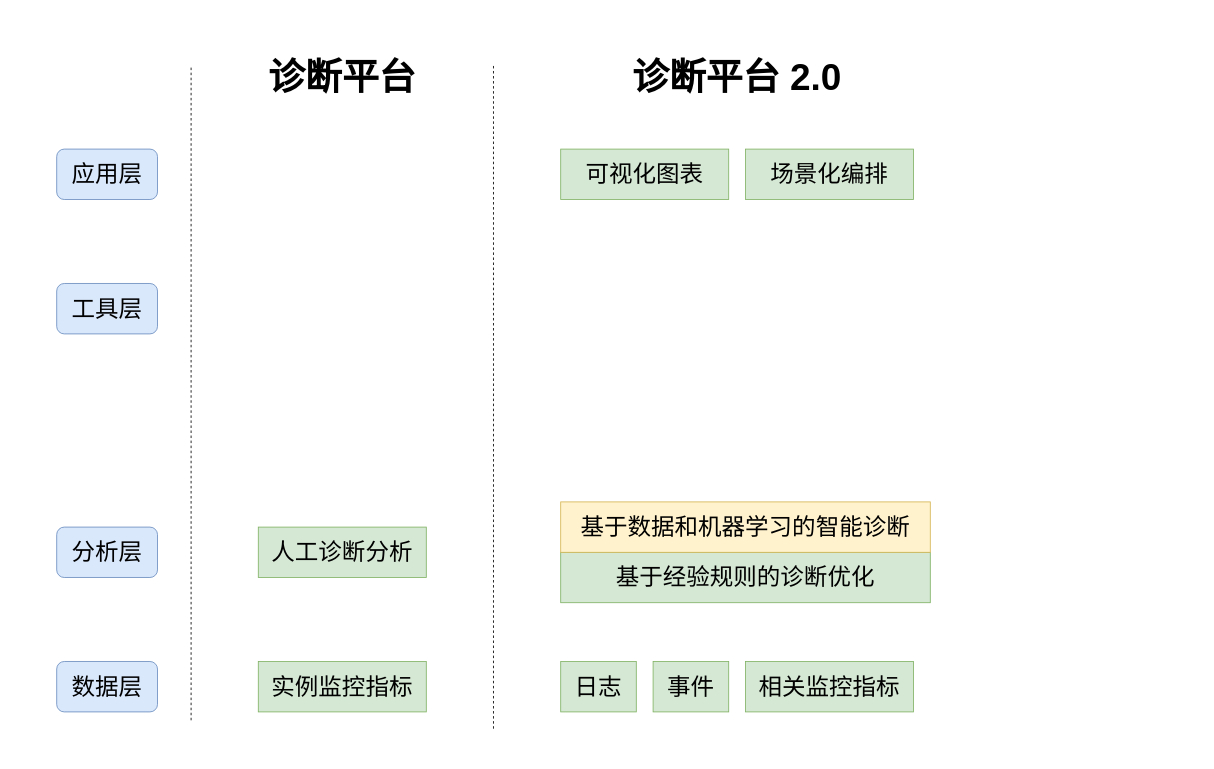
Earlier version of the draw.io diagram telescope演进路线.drawio (TheAriaYang/LynnnnnnnYang.github.io). Source tidied: cells renumbered, new cells numbered last; positions are measured from the earlier drawing's top-left corner, leaving out a move shared by most shapes. Both pictures are drawn from the tidied source at 84%, with x=0, y=0 at pixel (56, 65).
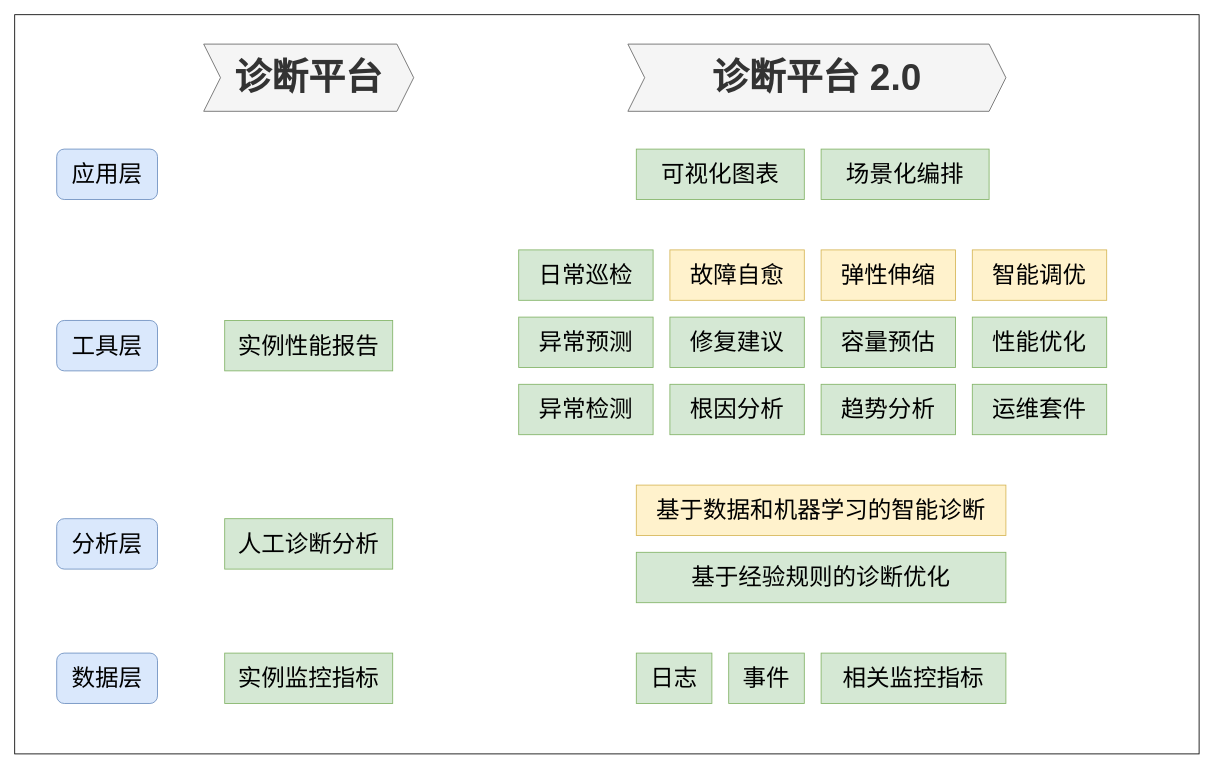
Above is the later version.

Commit message (it also covers changes not shown here):
更新telescope演进路线.drawio

Change to the diagram source:
```diff
@@
+    <mxCell id="19" style="rounded=0;whiteSpace=wrap;html=1;" parent="1" vertex="1">
+      <mxGeometry x="-50" y="-60" width="1410" height="880" as="geometry" />
+    </mxCell>
@@
     <mxCell id="3" value="&lt;font style=&quot;font-size: 28px;&quot;&gt;工具层&lt;/font&gt;" style="rounded=1;whiteSpace=wrap;html=1;fillColor=#dae8fc;strokeColor=#6c8ebf;" parent="1" vertex="1">
-      <mxGeometry y="260" width="120" height="60" as="geometry" />
+      <mxGeometry y="304" width="120" height="60" as="geometry" />
     </mxCell>
     <mxCell id="4" value="&lt;font style=&quot;font-size: 28px;&quot;&gt;分析层&lt;/font&gt;" style="rounded=1;whiteSpace=wrap;html=1;fillColor=#dae8fc;strokeColor=#6c8ebf;" parent="1" vertex="1">
-      <mxGeometry y="550" width="120" height="60" as="geometry" />
+      <mxGeometry y="540" width="120" height="60" as="geometry" />
     </mxCell>
     <mxCell id="5" value="&lt;font style=&quot;font-size: 28px;&quot;&gt;数据层&lt;/font&gt;" style="rounded=1;whiteSpace=wrap;html=1;fillColor=#dae8fc;strokeColor=#6c8ebf;" parent="1" vertex="1">
-      <mxGeometry y="710" width="120" height="60" as="geometry" />
+      <mxGeometry y="700" width="120" height="60" as="geometry" />
     </mxCell>
     <mxCell id="6" value="&lt;font style=&quot;font-size: 28px;&quot;&gt;可视化图表&lt;/font&gt;" style="rounded=0;whiteSpace=wrap;html=1;fillColor=#d5e8d4;strokeColor=#82b366;" parent="1" vertex="1">
-      <mxGeometry x="600" y="100" width="200" height="60" as="geometry" />
+      <mxGeometry x="690" y="100" width="200" height="60" as="geometry" />
     </mxCell>
     <mxCell id="7" value="&lt;font style=&quot;font-size: 28px;&quot;&gt;场景化编排&lt;/font&gt;" style="rounded=0;whiteSpace=wrap;html=1;fillColor=#d5e8d4;strokeColor=#82b366;" parent="1" vertex="1">
-      <mxGeometry x="820" y="100" width="200" height="60" as="geometry" />
+      <mxGeometry x="910" y="100" width="200" height="60" as="geometry" />
     </mxCell>
-    <mxCell id="8" style="endArrow=none;dashed=1;html=1;rounded=0;" parent="1" edge="1">
-      <mxGeometry relative="1" as="geometry">
-        <mxPoint x="160" y="780" as="sourcePoint" />
-        <mxPoint x="160" as="targetPoint" />
-      </mxGeometry>
-    </mxCell>
-    <mxCell id="9" style="endArrow=none;dashed=1;html=1;rounded=0;" parent="1" edge="1">
-      <mxGeometry relative="1" as="geometry">
-        <mxPoint x="520" y="790" as="sourcePoint" />
-        <mxPoint x="520" as="targetPoint" />
-      </mxGeometry>
-    </mxCell>
     <mxCell id="10" value="&lt;font style=&quot;font-size: 28px;&quot;&gt;实例监控指标&lt;/font&gt;" style="rounded=0;whiteSpace=wrap;html=1;fillColor=#d5e8d4;strokeColor=#82b366;" parent="1" vertex="1">
-      <mxGeometry x="240" y="710" width="200" height="60" as="geometry" />
+      <mxGeometry x="200" y="700" width="200" height="60" as="geometry" />
     </mxCell>
     <mxCell id="11" value="&lt;font style=&quot;font-size: 28px;&quot;&gt;日志&lt;/font&gt;" style="rounded=0;whiteSpace=wrap;html=1;fillColor=#d5e8d4;strokeColor=#82b366;" parent="1" vertex="1">
-      <mxGeometry x="600" y="710" width="90" height="60" as="geometry" />
+      <mxGeometry x="690" y="700" width="90" height="60" as="geometry" />
     </mxCell>
     <mxCell id="12" value="&lt;font style=&quot;font-size: 28px;&quot;&gt;事件&lt;/font&gt;" style="rounded=0;whiteSpace=wrap;html=1;fillColor=#d5e8d4;strokeColor=#82b366;" parent="1" vertex="1">
-      <mxGeometry x="710" y="710" width="90" height="60" as="geometry" />
+      <mxGeometry x="800" y="700" width="90" height="60" as="geometry" />
     </mxCell>
     <mxCell id="13" value="&lt;font style=&quot;font-size: 28px;&quot;&gt;相关监控指标&lt;/font&gt;" style="rounded=0;whiteSpace=wrap;html=1;fillColor=#d5e8d4;strokeColor=#82b366;" parent="1" vertex="1">
-      <mxGeometry x="820" y="710" width="200" height="60" as="geometry" />
+      <mxGeometry x="910" y="700" width="220" height="60" as="geometry" />
     </mxCell>
-    <mxCell id="14" value="&lt;b&gt;&lt;font style=&quot;font-size: 44px;&quot;&gt;诊断平台&lt;/font&gt;&lt;/b&gt;" style="text;html=1;strokeColor=none;fillColor=none;align=center;verticalAlign=middle;whiteSpace=wrap;rounded=0;" parent="1" vertex="1">
-      <mxGeometry x="230" width="220" height="30" as="geometry" />
-    </mxCell>
-    <mxCell id="15" value="&lt;b&gt;&lt;font style=&quot;font-size: 44px;&quot;&gt;诊断平台 2.0&lt;/font&gt;&lt;/b&gt;" style="text;html=1;strokeColor=none;fillColor=none;align=center;verticalAlign=middle;whiteSpace=wrap;rounded=0;" parent="1" vertex="1">
-      <mxGeometry x="670" width="280" height="30" as="geometry" />
-    </mxCell>
     <mxCell id="16" value="&lt;span style=&quot;font-size: 28px;&quot;&gt;人工诊断分析&lt;/span&gt;" style="rounded=0;whiteSpace=wrap;html=1;fillColor=#d5e8d4;strokeColor=#82b366;" parent="1" vertex="1">
-      <mxGeometry x="240" y="550" width="200" height="60" as="geometry" />
+      <mxGeometry x="200" y="540" width="200" height="60" as="geometry" />
     </mxCell>
     <mxCell id="17" value="&lt;span style=&quot;font-size: 28px;&quot;&gt;基于经验规则的诊断优化&lt;/span&gt;" style="rounded=0;whiteSpace=wrap;html=1;fillColor=#d5e8d4;strokeColor=#82b366;" parent="1" vertex="1">
-      <mxGeometry x="600" y="580" width="440" height="60" as="geometry" />
+      <mxGeometry x="690" y="580" width="440" height="60" as="geometry" />
     </mxCell>
     <mxCell id="18" value="&lt;span style=&quot;font-size: 28px;&quot;&gt;基于数据和机器学习的智能诊断&lt;/span&gt;" style="rounded=0;whiteSpace=wrap;html=1;fillColor=#fff2cc;strokeColor=#d6b656;" parent="1" vertex="1">
-      <mxGeometry x="600" y="520" width="440" height="60" as="geometry" />
+      <mxGeometry x="690" y="500" width="440" height="60" as="geometry" />
     </mxCell>
+    <mxCell id="20" value="&lt;span style=&quot;font-size: 28px;&quot;&gt;实例性能报告&lt;/span&gt;" style="rounded=0;whiteSpace=wrap;html=1;fillColor=#d5e8d4;strokeColor=#82b366;" parent="1" vertex="1">
+      <mxGeometry x="200" y="304" width="200" height="60" as="geometry" />
+    </mxCell>
+    <mxCell id="21" value="&lt;span style=&quot;font-size: 28px;&quot;&gt;异常检测&lt;/span&gt;" style="rounded=0;whiteSpace=wrap;html=1;fillColor=#d5e8d4;strokeColor=#82b366;" parent="1" vertex="1">
+      <mxGeometry x="550" y="380" width="160" height="60" as="geometry" />
+    </mxCell>
+    <mxCell id="22" value="&lt;span style=&quot;font-size: 28px;&quot;&gt;根因分析&lt;/span&gt;" style="rounded=0;whiteSpace=wrap;html=1;fillColor=#d5e8d4;strokeColor=#82b366;" parent="1" vertex="1">
+      <mxGeometry x="730" y="380" width="160" height="60" as="geometry" />
+    </mxCell>
+    <mxCell id="23" value="&lt;span style=&quot;font-size: 28px;&quot;&gt;修复建议&lt;/span&gt;" style="rounded=0;whiteSpace=wrap;html=1;fillColor=#d5e8d4;strokeColor=#82b366;" parent="1" vertex="1">
+      <mxGeometry x="730" y="300" width="160" height="60" as="geometry" />
+    </mxCell>
+    <mxCell id="24" value="&lt;span style=&quot;font-size: 28px;&quot;&gt;故障自愈&lt;/span&gt;" style="rounded=0;whiteSpace=wrap;html=1;fillColor=#fff2cc;strokeColor=#d6b656;" parent="1" vertex="1">
+      <mxGeometry x="730" y="220" width="160" height="60" as="geometry" />
+    </mxCell>
+    <mxCell id="25" value="&lt;span style=&quot;font-size: 28px;&quot;&gt;异常预测&lt;/span&gt;" style="rounded=0;whiteSpace=wrap;html=1;fillColor=#d5e8d4;strokeColor=#82b366;" parent="1" vertex="1">
+      <mxGeometry x="550" y="300" width="160" height="60" as="geometry" />
+    </mxCell>
+    <mxCell id="26" value="&lt;span style=&quot;font-size: 28px;&quot;&gt;趋势分析&lt;/span&gt;" style="rounded=0;whiteSpace=wrap;html=1;fillColor=#d5e8d4;strokeColor=#82b366;" parent="1" vertex="1">
+      <mxGeometry x="910" y="380" width="160" height="60" as="geometry" />
+    </mxCell>
+    <mxCell id="27" value="&lt;span style=&quot;font-size: 28px;&quot;&gt;日常巡检&lt;/span&gt;" style="rounded=0;whiteSpace=wrap;html=1;fillColor=#d5e8d4;strokeColor=#82b366;" parent="1" vertex="1">
+      <mxGeometry x="550" y="220" width="160" height="60" as="geometry" />
+    </mxCell>
+    <mxCell id="28" value="&lt;span style=&quot;font-size: 28px;&quot;&gt;容量预估&lt;/span&gt;" style="rounded=0;whiteSpace=wrap;html=1;fillColor=#d5e8d4;strokeColor=#82b366;" parent="1" vertex="1">
+      <mxGeometry x="910" y="300" width="160" height="60" as="geometry" />
+    </mxCell>
+    <mxCell id="29" value="&lt;span style=&quot;font-size: 28px;&quot;&gt;弹性伸缩&lt;/span&gt;" style="rounded=0;whiteSpace=wrap;html=1;fillColor=#fff2cc;strokeColor=#d6b656;" parent="1" vertex="1">
+      <mxGeometry x="910" y="220" width="160" height="60" as="geometry" />
+    </mxCell>
+    <mxCell id="30" value="&lt;span style=&quot;font-size: 28px;&quot;&gt;运维套件&lt;/span&gt;" style="rounded=0;whiteSpace=wrap;html=1;fillColor=#d5e8d4;strokeColor=#82b366;" parent="1" vertex="1">
+      <mxGeometry x="1090" y="380" width="160" height="60" as="geometry" />
+    </mxCell>
+    <mxCell id="31" value="&lt;span style=&quot;font-size: 28px;&quot;&gt;性能优化&lt;/span&gt;" style="rounded=0;whiteSpace=wrap;html=1;fillColor=#d5e8d4;strokeColor=#82b366;" parent="1" vertex="1">
+      <mxGeometry x="1090" y="300" width="160" height="60" as="geometry" />
+    </mxCell>
+    <mxCell id="32" value="&lt;span style=&quot;font-size: 28px;&quot;&gt;智能调优&lt;/span&gt;" style="rounded=0;whiteSpace=wrap;html=1;fillColor=#fff2cc;strokeColor=#d6b656;" parent="1" vertex="1">
+      <mxGeometry x="1090" y="220" width="160" height="60" as="geometry" />
+    </mxCell>
+    <mxCell id="15" value="&lt;b style=&quot;border-color: var(--border-color);&quot;&gt;&lt;font style=&quot;border-color: var(--border-color); font-size: 44px;&quot;&gt;诊断平台 2.0&lt;/font&gt;&lt;/b&gt;" style="shape=step;perimeter=stepPerimeter;whiteSpace=wrap;html=1;fixedSize=1;fillColor=#f5f5f5;fontColor=#333333;strokeColor=#666666;" parent="1" vertex="1">
+      <mxGeometry x="680" y="-25" width="450" height="80" as="geometry" />
+    </mxCell>
+    <mxCell id="14" value="&lt;b style=&quot;border-color: var(--border-color);&quot;&gt;&lt;font style=&quot;border-color: var(--border-color); font-size: 44px;&quot;&gt;诊断平台&lt;/font&gt;&lt;/b&gt;" style="shape=step;perimeter=stepPerimeter;whiteSpace=wrap;html=1;fixedSize=1;fillColor=#f5f5f5;fontColor=#333333;strokeColor=#666666;" parent="1" vertex="1">
+      <mxGeometry x="175" y="-25" width="250" height="80" as="geometry" />
+    </mxCell>
```
